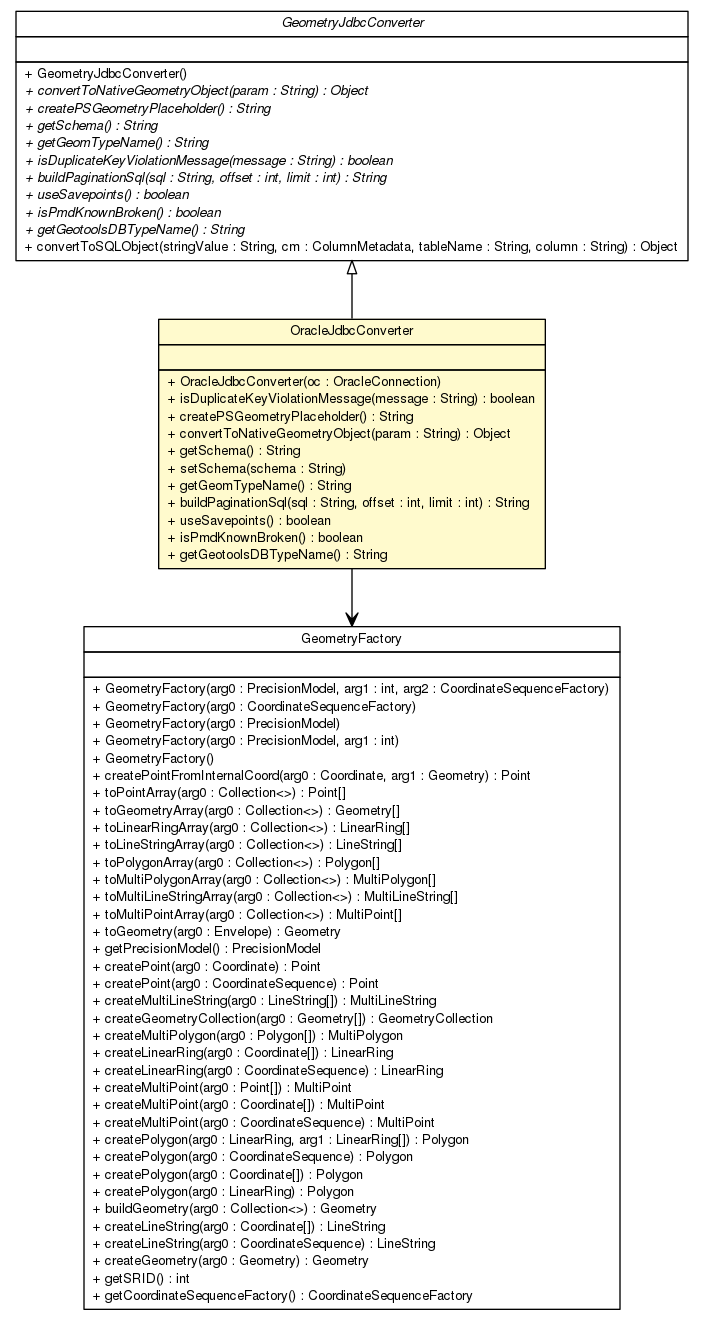
Before: brmo-loader/apidocs/nl/b3p/brmo/loader/jdbc/OracleJdbcConverter.png, a diagram exported from Graphviz (B3Partners/brmo). Its source is kept beside it as brmo-loader/apidocs/nl/b3p/brmo/loader/jdbc/OracleJdbcConverter.dot.
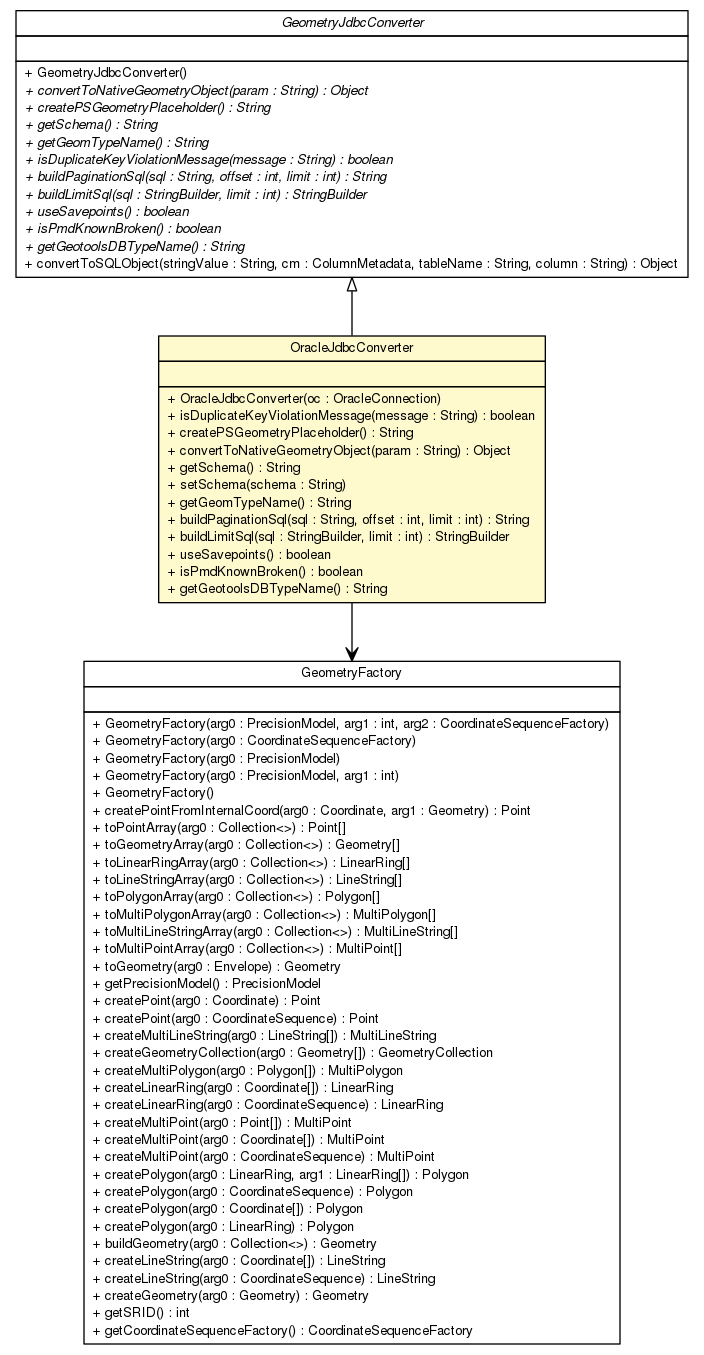
Later version of the same file.

Change to the diagram source:
```diff
@@ -20,6 +20,7 @@
 <tr><td align="left" balign="left"> + setSchema(schema : String) </td></tr>
 <tr><td align="left" balign="left"> + getGeomTypeName() : String </td></tr>
 <tr><td align="left" balign="left"> + buildPaginationSql(sql : String, offset : int, limit : int) : String </td></tr>
+<tr><td align="left" balign="left"> + buildLimitSql(sql : StringBuilder, limit : int) : StringBuilder </td></tr>
 <tr><td align="left" balign="left"> + useSavepoints() : boolean </td></tr>
 <tr><td align="left" balign="left"> + isPmdKnownBroken() : boolean </td></tr>
 <tr><td align="left" balign="left"> + getGeotoolsDBTypeName() : String </td></tr>
@@ -40,6 +41,7 @@
 <tr><td align="left" balign="left"><font face="Helvetica-Oblique" point-size="10.0"> + getGeomTypeName() : String </font></td></tr>
 <tr><td align="left" balign="left"><font face="Helvetica-Oblique" point-size="10.0"> + isDuplicateKeyViolationMessage(message : String) : boolean </font></td></tr>
 <tr><td align="left" balign="left"><font face="Helvetica-Oblique" point-size="10.0"> + buildPaginationSql(sql : String, offset : int, limit : int) : String </font></td></tr>
+<tr><td align="left" balign="left"><font face="Helvetica-Oblique" point-size="10.0"> + buildLimitSql(sql : StringBuilder, limit : int) : StringBuilder </font></td></tr>
 <tr><td align="left" balign="left"><font face="Helvetica-Oblique" point-size="10.0"> + useSavepoints() : boolean </font></td></tr>
 <tr><td align="left" balign="left"><font face="Helvetica-Oblique" point-size="10.0"> + isPmdKnownBroken() : boolean </font></td></tr>
 <tr><td align="left" balign="left"><font face="Helvetica-Oblique" point-size="10.0"> + getGeotoolsDBTypeName() : String </font></td></tr>
```
